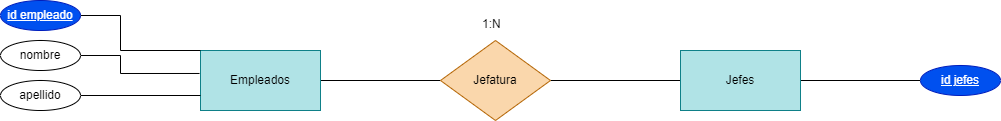
WhiteCascade/BAE keeps this draw.io diagram as Tareas/Unidad2/ejercicio2.14.drawio.png. Above is the earlier version. Source tidied: cells renumbered, new cells last; positions are measured from the earlier drawing's top-left corner, leaving out a move shared by most shapes.
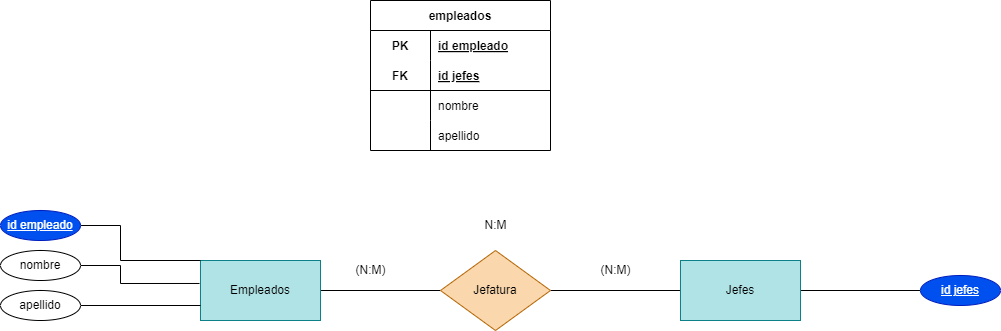
The same diagram one commit later.

Change to the diagram source:
```diff
@@ -51,8 +51,56 @@
     <mxCell id="14" value="&lt;span style=&quot;text-align: left;&quot;&gt;&lt;u&gt;id jefes&lt;/u&gt;&lt;/span&gt;" style="ellipse;whiteSpace=wrap;html=1;fillColor=#0050ef;fontColor=#ffffff;strokeColor=#001DBC;" parent="1" vertex="1">
       <mxGeometry x="920" y="65" width="80" height="30" as="geometry" />
     </mxCell>
-    <mxCell id="15" value="1:N" style="text;whiteSpace=wrap;html=1;" parent="1" vertex="1">
+    <mxCell id="15" value="&lt;span style=&quot;color: rgba(0, 0, 0, 0); font-family: monospace; font-size: 0px;&quot;&gt;%3CmxGraphModel%3E%3Croot%3E%3CmxCell%20id%3D%220%22%2F%3E%3CmxCell%20id%3D%221%22%20parent%3D%220%22%2F%3E%3CmxCell%20id%3D%222%22%20value%3D%22(N%3AM)%22%20style%3D%22text%3Bhtml%3D1%3Balign%3Dcenter%3BverticalAlign%3Dmiddle%3Bresizable%3D0%3Bpoints%3D%5B%5D%3Bautosize%3D1%3BstrokeColor%3Dnone%3BfillColor%3Dnone%3B%22%20vertex%3D%221%22%20parent%3D%221%22%3E%3CmxGeometry%20x%3D%22435%22%20y%3D%22425%22%20width%3D%2250%22%20height%3D%2230%22%20as%3D%22geometry%22%2F%3E%3C%2FmxCell%3E%3C%2Froot%3E%3C%2FmxGraphModel%3E&lt;/span&gt;" style="text;whiteSpace=wrap;html=1;" parent="1" vertex="1">
       <mxGeometry x="480" y="10" width="50" height="40" as="geometry" />
     </mxCell>
+    <mxCell id="16" value="(N:M)" style="text;html=1;align=center;verticalAlign=middle;strokeColor=none;fillColor=none;" parent="1" vertex="1">
+      <mxGeometry x="345" y="45" width="50" height="30" as="geometry" />
+    </mxCell>
+    <mxCell id="17" value="(N:M)" style="text;html=1;align=center;verticalAlign=middle;strokeColor=none;fillColor=none;" parent="1" vertex="1">
+      <mxGeometry x="590" y="45" width="50" height="30" as="geometry" />
+    </mxCell>
+    <mxCell id="18" value="N:M" style="text;html=1;align=center;verticalAlign=middle;strokeColor=none;fillColor=none;" parent="1" vertex="1">
+      <mxGeometry x="470" width="50" height="30" as="geometry" />
+    </mxCell>
+    <mxCell id="19" value="empleados" style="shape=table;startSize=30;rowLines=0;fontStyle=1;align=center;" parent="1" vertex="1">
+      <mxGeometry x="370" y="-210" width="180" height="150" as="geometry" />
+    </mxCell>
+    <mxCell id="20" style="shape=tableRow;horizontal=0;startSize=0;swimlaneHead=0;swimlaneBody=0;fillColor=none;top=0;left=0;right=0;bottom=0;" parent="19" vertex="1">
+      <mxGeometry y="30" width="180" height="30" as="geometry" />
+    </mxCell>
+    <mxCell id="21" value="PK" style="shape=partialRectangle;fillColor=none;top=0;left=0;bottom=0;right=0;fontStyle=1;overflow=hidden;" parent="20" vertex="1">
+      <mxGeometry width="60" height="30" as="geometry" />
+    </mxCell>
+    <mxCell id="22" value="id empleado" style="shape=partialRectangle;fillColor=none;top=0;left=0;bottom=0;right=0;align=left;spacingLeft=6;fontStyle=5;overflow=hidden;" parent="20" vertex="1">
+      <mxGeometry x="60" width="120" height="30" as="geometry" />
+    </mxCell>
+    <mxCell id="23" style="shape=tableRow;horizontal=0;startSize=0;swimlaneHead=0;swimlaneBody=0;fillColor=none;top=0;left=0;right=0;bottom=1;" parent="19" vertex="1">
+      <mxGeometry y="60" width="180" height="30" as="geometry" />
+    </mxCell>
+    <mxCell id="24" value="FK" style="shape=partialRectangle;fillColor=none;top=0;left=0;bottom=0;right=0;fontStyle=1;overflow=hidden;" parent="23" vertex="1">
+      <mxGeometry width="60" height="30" as="geometry" />
+    </mxCell>
+    <mxCell id="25" value="id jefes" style="shape=partialRectangle;fillColor=none;top=0;left=0;bottom=0;right=0;align=left;spacingLeft=6;fontStyle=5;overflow=hidden;" parent="23" vertex="1">
+      <mxGeometry x="60" width="120" height="30" as="geometry" />
+    </mxCell>
+    <mxCell id="26" style="shape=tableRow;horizontal=0;startSize=0;swimlaneHead=0;swimlaneBody=0;fillColor=none;top=0;left=0;right=0;bottom=0;" parent="19" vertex="1">
+      <mxGeometry y="90" width="180" height="30" as="geometry" />
+    </mxCell>
+    <mxCell id="27" style="shape=partialRectangle;fillColor=none;top=0;left=0;bottom=0;right=0;overflow=hidden;" parent="26" vertex="1">
+      <mxGeometry width="60" height="30" as="geometry" />
+    </mxCell>
+    <mxCell id="28" value="nombre" style="shape=partialRectangle;fillColor=none;top=0;left=0;bottom=0;right=0;align=left;spacingLeft=6;overflow=hidden;" parent="26" vertex="1">
+      <mxGeometry x="60" width="120" height="30" as="geometry" />
+    </mxCell>
+    <mxCell id="29" style="shape=tableRow;horizontal=0;startSize=0;swimlaneHead=0;swimlaneBody=0;fillColor=none;top=0;left=0;right=0;bottom=0;" parent="19" vertex="1">
+      <mxGeometry y="120" width="180" height="30" as="geometry" />
+    </mxCell>
+    <mxCell id="30" style="shape=partialRectangle;fillColor=none;top=0;left=0;bottom=0;right=0;overflow=hidden;" parent="29" vertex="1">
+      <mxGeometry width="60" height="30" as="geometry" />
+    </mxCell>
+    <mxCell id="31" value="apellido" style="shape=partialRectangle;fillColor=none;top=0;left=0;bottom=0;right=0;align=left;spacingLeft=6;overflow=hidden;" parent="29" vertex="1">
+      <mxGeometry x="60" width="120" height="30" as="geometry" />
+    </mxCell>
   </root>
 </mxGraphModel>
```
